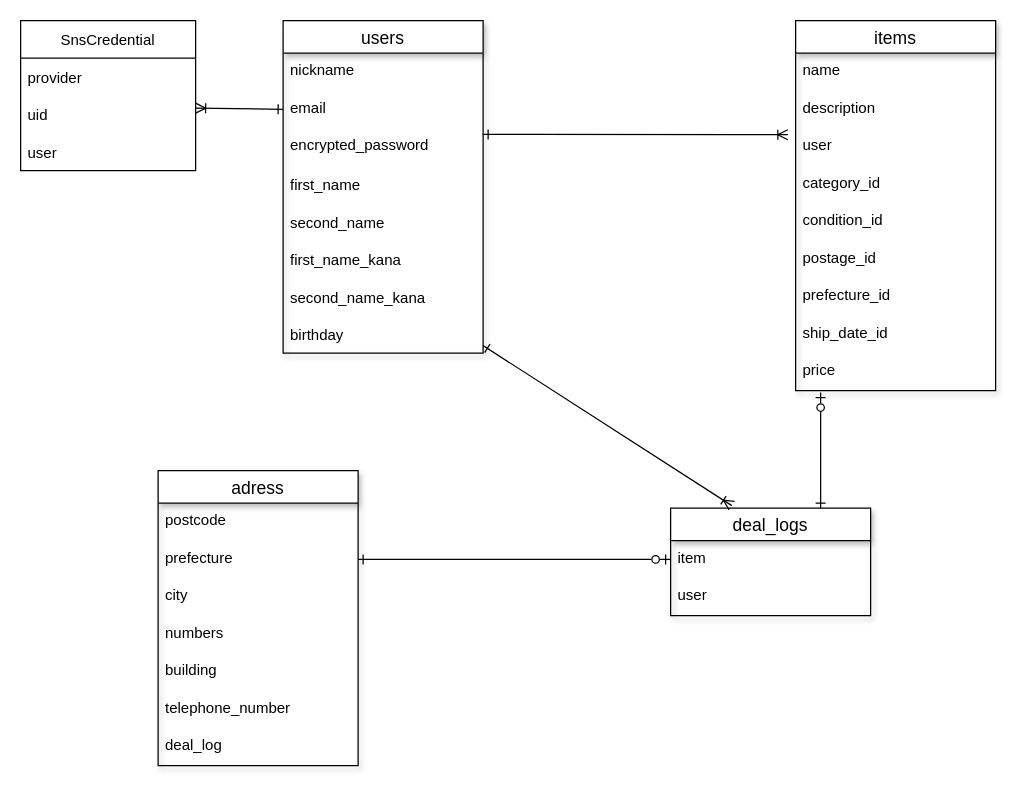
bay-kuy/furima-37440 keeps this draw.io diagram as er.dio. Above is the earlier version. Source tidied: cells renumbered, new cells numbered last; positions are measured from the earlier drawing's top-left corner, leaving out a move shared by most shapes. Both pictures are drawn from the tidied source at 125%, with x=0, y=0 at pixel (20, 20).
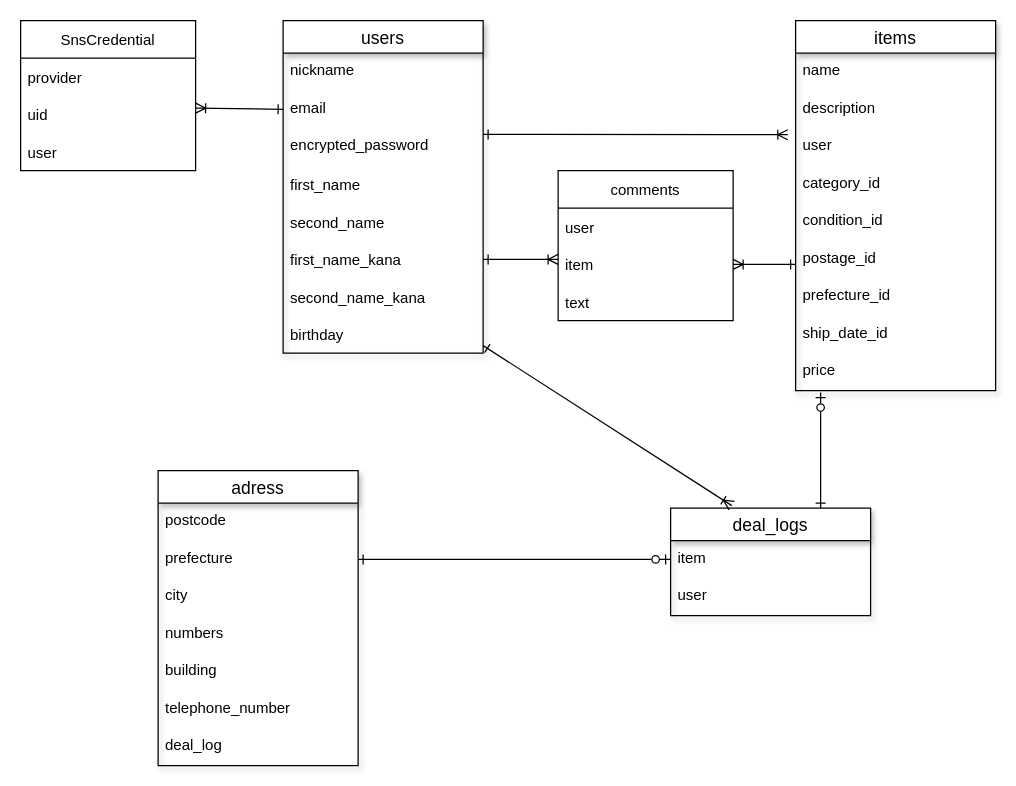
Above is the later version.

Commit message (it also covers changes not shown here):
データベース設計

Unchanged cells that the change refers to:
```xml
<mxCell id="8" value="first_name_kana" style="text;strokeColor=none;fillColor=none;spacingLeft=4;spacingRight=4;overflow=hidden;points=[[0,0.5],[1,0.5]];portConstraint=eastwest;fontSize=12;rounded=0;verticalAlign=middle;" parent="2" vertex="1">
  <mxGeometry y="176" width="160" height="30" as="geometry" />
</mxCell>
```

What changed in the source:
```diff
@@
+    <mxCell id="41" value="comments" style="swimlane;fontStyle=0;horizontal=1;startSize=30;" parent="1" vertex="1">
+      <mxGeometry x="430" y="120" width="140" height="120" as="geometry" />
+    </mxCell>
+    <mxCell id="42" value="user" style="text;strokeColor=none;fillColor=none;align=left;verticalAlign=middle;spacingLeft=4;spacingRight=4;overflow=hidden;" parent="41" vertex="1">
+      <mxGeometry y="30" width="140" height="30" as="geometry" />
+    </mxCell>
+    <mxCell id="43" value="item" style="text;strokeColor=none;fillColor=none;align=left;verticalAlign=middle;spacingLeft=4;spacingRight=4;overflow=hidden;points=[[0,0.5],[1,0.5]];portConstraint=eastwest;" parent="41" vertex="1">
+      <mxGeometry y="60" width="140" height="30" as="geometry" />
+    </mxCell>
+    <mxCell id="44" value="text" style="text;strokeColor=none;fillColor=none;align=left;verticalAlign=middle;spacingLeft=4;spacingRight=4;overflow=hidden;" parent="41" vertex="1">
+      <mxGeometry y="90" width="140" height="30" as="geometry" />
+    </mxCell>
+    <mxCell id="45" style="edgeStyle=none;html=1;exitX=1;exitY=0.5;exitDx=0;exitDy=0;startArrow=ERone;startFill=0;endArrow=ERoneToMany;endFill=0;" parent="1" edge="1" source="8">
+      <mxGeometry relative="1" as="geometry">
+        <mxPoint x="430" y="191" as="targetPoint" />
+      </mxGeometry>
+    </mxCell>
+    <mxCell id="46" style="edgeStyle=none;html=1;startArrow=ERone;startFill=0;endArrow=ERoneToMany;endFill=0;entryX=1;entryY=0.5;entryDx=0;entryDy=0;" parent="1" edge="1" target="43">
+      <mxGeometry relative="1" as="geometry">
+        <mxPoint x="620" y="195" as="sourcePoint" />
+      </mxGeometry>
+    </mxCell>
```
